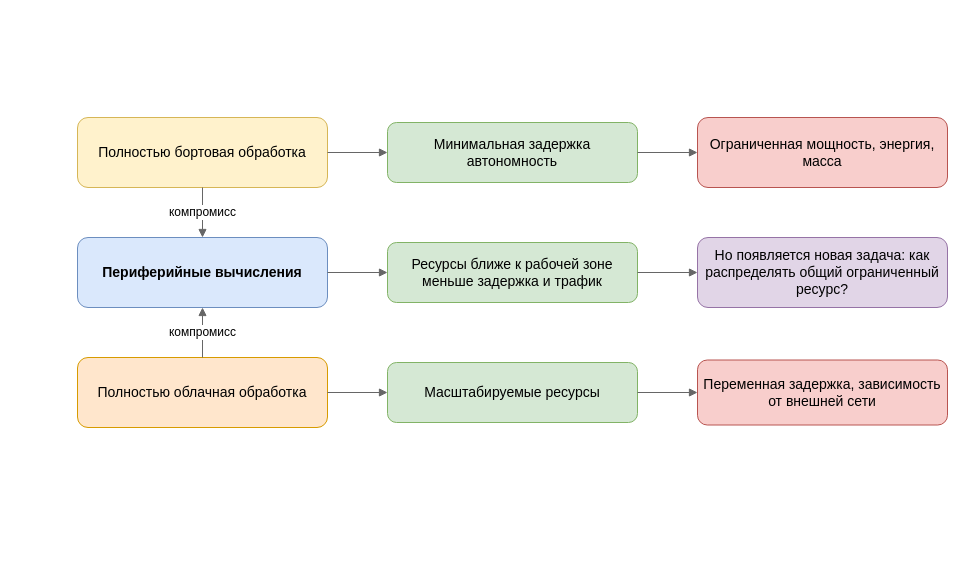
Earlier version of the draw.io diagram Dissertation/images/drawio/ch1_edge_need_concept.drawio (Dima12101/SPbU-Phd-LaTeX-Dissertation). Source tidied: cells renumbered, new cells numbered last; positions are measured from the earlier drawing's top-left corner, leaving out a move shared by most shapes. Both pictures are drawn from the tidied source at 100%, with x=0, y=0 at pixel (77, 117).
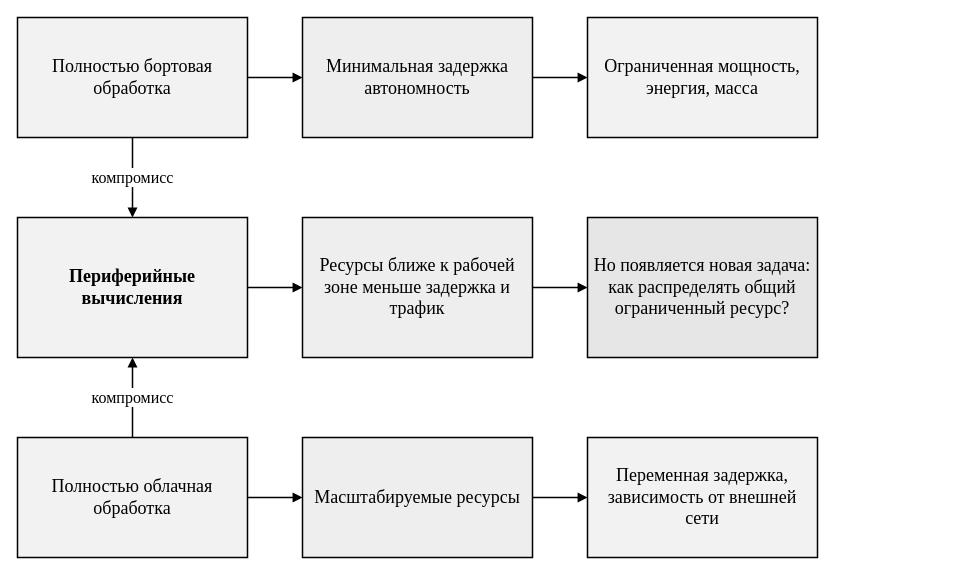
After the change.

Change to the diagram source:
```diff
@@
-<mxGraphModel>
+<mxGraphModel background="#ffffff">
   <root>
     <mxCell id="0" />
     <mxCell id="1" parent="0" />
-    <mxCell id="2" value="Полностью бортовая обработка" style="rounded=1;whiteSpace=wrap;html=1;fillColor=#fff2cc;strokeColor=#d6b656;fontSize=14;" parent="1" vertex="1">
-      <mxGeometry width="250" height="70" as="geometry" />
+    <mxCell id="2" value="Полностью бортовая обработка" style="rounded=0;whiteSpace=wrap;html=1;fillColor=#f2f2f2;strokeColor=#000000;fontSize=18;fontColor=#000000;fontFamily=Times New Roman;shadow=0;gradientColor=none;glass=0;strokeWidth=1.5;spacing=6;" parent="1" vertex="1">
+      <mxGeometry x="-60" y="-100" width="230" height="120" as="geometry" />
     </mxCell>
-    <mxCell id="3" value="Минимальная задержка автономность" style="rounded=1;whiteSpace=wrap;html=1;strokeColor=#82b366;fillColor=#d5e8d4;fontSize=14;" parent="1" vertex="1">
-      <mxGeometry x="310" y="5" width="250" height="60" as="geometry" />
+    <mxCell id="3" value="Минимальная задержка автономность" style="rounded=0;whiteSpace=wrap;html=1;strokeColor=#000000;fillColor=#eeeeee;fontSize=18;fontColor=#000000;fontFamily=Times New Roman;shadow=0;gradientColor=none;glass=0;strokeWidth=1.5;spacing=6;" parent="1" vertex="1">
+      <mxGeometry x="225" y="-100" width="230" height="120" as="geometry" />
     </mxCell>
-    <mxCell id="4" value="Ограниченная мощность, энергия, масса" style="rounded=1;whiteSpace=wrap;html=1;strokeColor=#b85450;fillColor=#f8cecc;fontSize=14;" parent="1" vertex="1">
-      <mxGeometry x="620" width="250" height="70" as="geometry" />
+    <mxCell id="4" value="Ограниченная мощность, энергия, масса" style="rounded=0;whiteSpace=wrap;html=1;strokeColor=#000000;fillColor=#f2f2f2;fontSize=18;fontColor=#000000;fontFamily=Times New Roman;shadow=0;gradientColor=none;glass=0;strokeWidth=1.5;spacing=6;" parent="1" vertex="1">
+      <mxGeometry x="510" y="-100" width="230" height="120" as="geometry" />
     </mxCell>
-    <mxCell id="5" value="Полностью облачная обработка" style="rounded=1;whiteSpace=wrap;html=1;fillColor=#ffe6cc;strokeColor=#d79b00;fontSize=14;" parent="1" vertex="1">
-      <mxGeometry y="240" width="250" height="70" as="geometry" />
+    <mxCell id="5" value="Полностью облачная обработка" style="rounded=0;whiteSpace=wrap;html=1;fillColor=#f2f2f2;strokeColor=#000000;fontSize=18;fontColor=#000000;fontFamily=Times New Roman;shadow=0;gradientColor=none;glass=0;strokeWidth=1.5;spacing=6;" parent="1" vertex="1">
+      <mxGeometry x="-60" y="320" width="230" height="120" as="geometry" />
     </mxCell>
-    <mxCell id="6" value="Масштабируемые ресурсы" style="rounded=1;whiteSpace=wrap;html=1;strokeColor=#82b366;fillColor=#d5e8d4;fontSize=14;" parent="1" vertex="1">
-      <mxGeometry x="310" y="245" width="250" height="60" as="geometry" />
+    <mxCell id="6" value="Масштабируемые ресурсы" style="rounded=0;whiteSpace=wrap;html=1;strokeColor=#000000;fillColor=#eeeeee;fontSize=18;fontColor=#000000;fontFamily=Times New Roman;shadow=0;gradientColor=none;glass=0;strokeWidth=1.5;spacing=6;" parent="1" vertex="1">
+      <mxGeometry x="225" y="320" width="230" height="120" as="geometry" />
     </mxCell>
-    <mxCell id="7" value="Переменная задержка, зависимость от внешней сети" style="rounded=1;whiteSpace=wrap;html=1;strokeColor=#b85450;fillColor=#f8cecc;fontSize=14;" parent="1" vertex="1">
-      <mxGeometry x="620" y="242.5" width="250" height="65" as="geometry" />
+    <mxCell id="7" value="Переменная задержка, зависимость от внешней сети" style="rounded=0;whiteSpace=wrap;html=1;strokeColor=#000000;fillColor=#f2f2f2;fontSize=18;fontColor=#000000;fontFamily=Times New Roman;shadow=0;gradientColor=none;glass=0;strokeWidth=1.5;spacing=6;" parent="1" vertex="1">
+      <mxGeometry x="510" y="320" width="230" height="120" as="geometry" />
     </mxCell>
-    <mxCell id="8" value="Периферийные вычисления" style="rounded=1;whiteSpace=wrap;html=1;fillColor=#dae8fc;strokeColor=#6c8ebf;fontSize=14;fontStyle=1;" parent="1" vertex="1">
-      <mxGeometry y="120" width="250" height="70" as="geometry" />
+    <mxCell id="8" value="Периферийные вычисления" style="rounded=0;whiteSpace=wrap;html=1;fillColor=#f2f2f2;strokeColor=#000000;fontSize=18;fontStyle=1;fontColor=#000000;fontFamily=Times New Roman;shadow=0;gradientColor=none;glass=0;strokeWidth=1.5;spacing=6;" parent="1" vertex="1">
+      <mxGeometry x="-60" y="100" width="230" height="140" as="geometry" />
     </mxCell>
-    <mxCell id="9" value="Ресурсы ближе к рабочей зоне меньше задержка и трафик" style="rounded=1;whiteSpace=wrap;html=1;strokeColor=#82b366;fillColor=#d5e8d4;fontSize=14;" parent="1" vertex="1">
-      <mxGeometry x="310" y="125" width="250" height="60" as="geometry" />
+    <mxCell id="9" value="Ресурсы ближе к рабочей зоне меньше задержка и трафик" style="rounded=0;whiteSpace=wrap;html=1;strokeColor=#000000;fillColor=#eeeeee;fontSize=18;fontColor=#000000;fontFamily=Times New Roman;shadow=0;gradientColor=none;glass=0;strokeWidth=1.5;spacing=6;" parent="1" vertex="1">
+      <mxGeometry x="225" y="100" width="230" height="140" as="geometry" />
     </mxCell>
-    <mxCell id="10" value="Но появляется новая задача: как распределять общий ограниченный ресурс?" style="rounded=1;whiteSpace=wrap;html=1;fillColor=#E1D5E7;strokeColor=#9673A6;fontSize=14;" parent="1" vertex="1">
-      <mxGeometry x="620" y="120" width="250" height="70" as="geometry" />
+    <mxCell id="10" value="Но появляется новая задача: как распределять общий ограниченный ресурс?" style="rounded=0;whiteSpace=wrap;html=1;fillColor=#e6e6e6;strokeColor=#000000;fontSize=18;fontColor=#000000;fontFamily=Times New Roman;shadow=0;gradientColor=none;glass=0;strokeWidth=1.5;spacing=6;" parent="1" vertex="1">
+      <mxGeometry x="510" y="100" width="230" height="140" as="geometry" />
     </mxCell>
-    <mxCell id="11" style="edgeStyle=orthogonalEdgeStyle;rounded=0;jettySize=auto;html=1;endArrow=block;endFill=1;strokeColor=#666666;fontSize=12;" parent="1" edge="1" source="2" target="3">
+    <mxCell id="11" style="edgeStyle=orthogonalEdgeStyle;rounded=0;jettySize=20;html=1;endArrow=block;endFill=1;strokeColor=#000000;fontSize=16;fontColor=#000000;strokeWidth=1.5;fontFamily=Times New Roman;labelBackgroundColor=#ffffff;shadow=0;startArrow=none;exitX=1;exitY=0.5;entryX=0;entryY=0.5;" parent="1" edge="1" source="2" target="3">
       <mxGeometry relative="1" as="geometry" />
     </mxCell>
-    <mxCell id="12" style="edgeStyle=orthogonalEdgeStyle;rounded=0;jettySize=auto;html=1;endArrow=block;endFill=1;strokeColor=#666666;fontSize=12;" parent="1" edge="1" source="3" target="4">
+    <mxCell id="12" style="edgeStyle=orthogonalEdgeStyle;rounded=0;jettySize=20;html=1;endArrow=block;endFill=1;strokeColor=#000000;fontSize=16;fontColor=#000000;strokeWidth=1.5;fontFamily=Times New Roman;labelBackgroundColor=#ffffff;shadow=0;startArrow=none;exitX=1;exitY=0.5;entryX=0;entryY=0.5;" parent="1" edge="1" source="3" target="4">
       <mxGeometry relative="1" as="geometry" />
     </mxCell>
-    <mxCell id="13" style="edgeStyle=orthogonalEdgeStyle;rounded=0;jettySize=auto;html=1;endArrow=block;endFill=1;strokeColor=#666666;fontSize=12;" parent="1" edge="1" source="5" target="6">
+    <mxCell id="13" style="edgeStyle=orthogonalEdgeStyle;rounded=0;jettySize=20;html=1;endArrow=block;endFill=1;strokeColor=#000000;fontSize=16;fontColor=#000000;strokeWidth=1.5;fontFamily=Times New Roman;labelBackgroundColor=#ffffff;shadow=0;startArrow=none;exitX=1;exitY=0.5;entryX=0;entryY=0.5;" parent="1" edge="1" source="5" target="6">
       <mxGeometry relative="1" as="geometry" />
     </mxCell>
-    <mxCell id="14" style="edgeStyle=orthogonalEdgeStyle;rounded=0;jettySize=auto;html=1;endArrow=block;endFill=1;strokeColor=#666666;fontSize=12;" parent="1" edge="1" source="6" target="7">
+    <mxCell id="14" style="edgeStyle=orthogonalEdgeStyle;rounded=0;jettySize=20;html=1;endArrow=block;endFill=1;strokeColor=#000000;fontSize=16;fontColor=#000000;strokeWidth=1.5;fontFamily=Times New Roman;labelBackgroundColor=#ffffff;shadow=0;startArrow=none;exitX=1;exitY=0.5;entryX=0;entryY=0.5;" parent="1" edge="1" source="6" target="7">
       <mxGeometry relative="1" as="geometry" />
     </mxCell>
-    <mxCell id="15" value="компромисс" style="edgeStyle=orthogonalEdgeStyle;rounded=0;jettySize=auto;html=1;endArrow=block;endFill=1;strokeColor=#666666;fontSize=12;exitX=0.5;exitY=1;exitDx=0;exitDy=0;" parent="1" edge="1" source="2" target="8">
+    <mxCell id="15" value="компромисс" style="edgeStyle=orthogonalEdgeStyle;rounded=0;jettySize=20;html=1;endArrow=block;endFill=1;strokeColor=#000000;fontSize=16;fontColor=#000000;strokeWidth=1.5;fontFamily=Times New Roman;labelBackgroundColor=#ffffff;shadow=0;startArrow=none;exitX=0.5;exitY=1;entryX=0.5;entryY=0;" parent="1" edge="1" source="2" target="8">
       <mxGeometry relative="1" as="geometry" />
     </mxCell>
-    <mxCell id="16" value="компромисс" style="edgeStyle=orthogonalEdgeStyle;rounded=0;jettySize=auto;html=1;endArrow=block;endFill=1;strokeColor=#666666;fontSize=12;exitX=0.5;exitY=0;exitDx=0;exitDy=0;" parent="1" edge="1" source="5" target="8">
+    <mxCell id="16" value="компромисс" style="edgeStyle=orthogonalEdgeStyle;rounded=0;jettySize=20;html=1;endArrow=block;endFill=1;strokeColor=#000000;fontSize=16;fontColor=#000000;strokeWidth=1.5;fontFamily=Times New Roman;labelBackgroundColor=#ffffff;shadow=0;startArrow=none;exitX=0.5;exitY=0;entryX=0.5;entryY=1;" parent="1" edge="1" source="5" target="8">
       <mxGeometry relative="1" as="geometry" />
     </mxCell>
-    <mxCell id="17" style="edgeStyle=orthogonalEdgeStyle;rounded=0;jettySize=auto;html=1;endArrow=block;endFill=1;strokeColor=#666666;fontSize=12;" parent="1" edge="1" source="8" target="9">
+    <mxCell id="17" style="edgeStyle=orthogonalEdgeStyle;rounded=0;jettySize=20;html=1;endArrow=block;endFill=1;strokeColor=#000000;fontSize=16;fontColor=#000000;strokeWidth=1.5;fontFamily=Times New Roman;labelBackgroundColor=#ffffff;shadow=0;startArrow=none;exitX=1;exitY=0.5;entryX=0;entryY=0.5;" parent="1" edge="1" source="8" target="9">
       <mxGeometry relative="1" as="geometry" />
     </mxCell>
-    <mxCell id="18" style="edgeStyle=orthogonalEdgeStyle;rounded=0;jettySize=auto;html=1;endArrow=block;endFill=1;strokeColor=#666666;fontSize=12;" parent="1" edge="1" source="9" target="10">
+    <mxCell id="18" style="edgeStyle=orthogonalEdgeStyle;rounded=0;jettySize=20;html=1;endArrow=block;endFill=1;strokeColor=#000000;fontSize=16;fontColor=#000000;strokeWidth=1.5;fontFamily=Times New Roman;labelBackgroundColor=#ffffff;shadow=0;startArrow=none;exitX=1;exitY=0.5;entryX=0;entryY=0.5;" parent="1" edge="1" source="9" target="10">
       <mxGeometry relative="1" as="geometry" />
     </mxCell>
   </root>
 </mxGraphModel>
```
